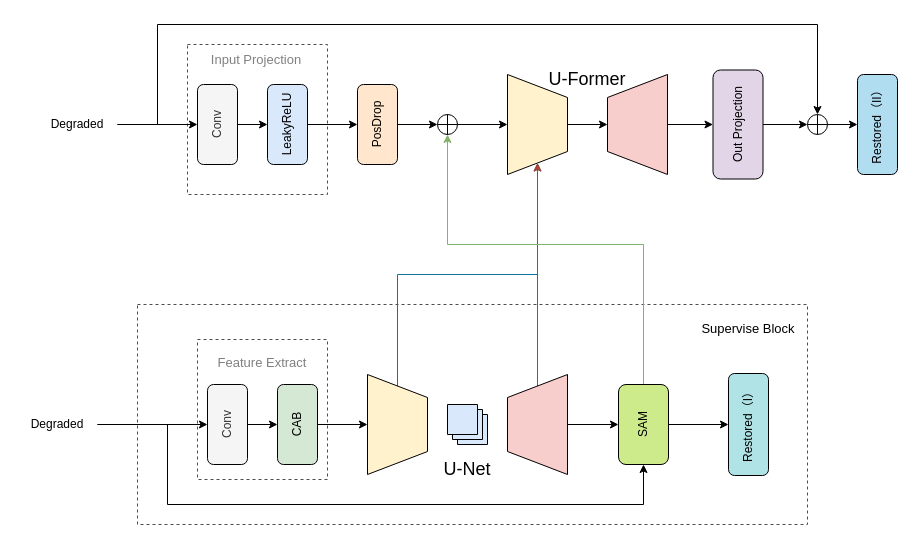
Before: Untitled Diagram.drawio in user815886724/CycleGan, a draw.io diagram. Source tidied: cells renumbered, new cells numbered last; positions are measured from the earlier drawing's top-left corner, leaving out a move shared by most shapes. Both pictures are drawn from the tidied source at 100%, with x=0, y=0 at pixel (17, 24).
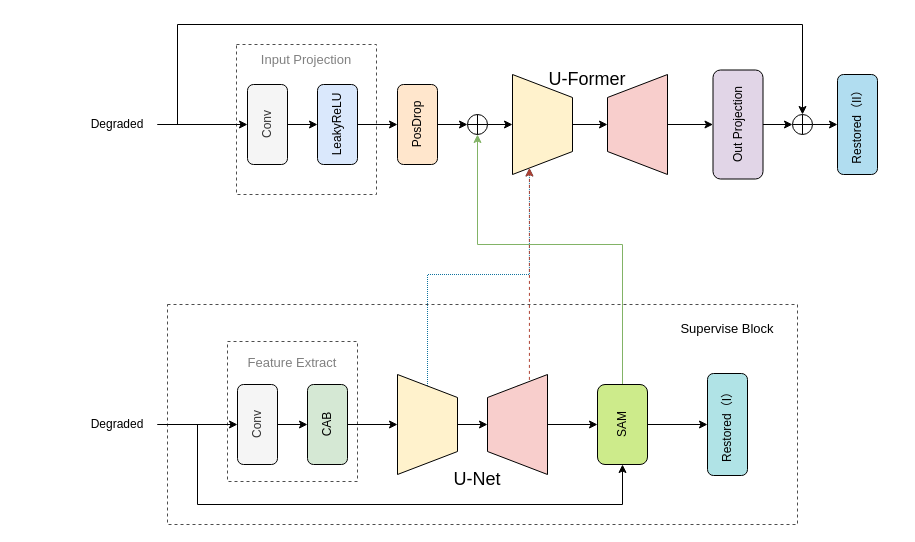
The same diagram, later.

The edit, as a diff of the source:
```diff
@@
     <mxCell id="2" value="&lt;pre style=&quot;background-color: rgb(255 , 255 , 255) ; font-family: &amp;quot;jetbrains mono&amp;quot; , monospace ; font-size: 10px&quot;&gt;&lt;br&gt;&lt;/pre&gt;" style="rounded=0;whiteSpace=wrap;html=1;verticalAlign=top;fillColor=none;align=left;dashed=1;strokeColor=#4D4D4D;fontColor=default;" parent="1" vertex="1">
-      <mxGeometry x="120" y="280" width="670" height="220" as="geometry" />
+      <mxGeometry x="150" y="280" width="630" height="220" as="geometry" />
     </mxCell>
     <mxCell id="3" value="&lt;pre style=&quot;background-color: rgb(255 , 255 , 255) ; font-family: &amp;quot;jetbrains mono&amp;quot; , monospace ; font-size: 10px&quot;&gt;&lt;br&gt;&lt;/pre&gt;" style="rounded=0;whiteSpace=wrap;html=1;verticalAlign=top;fillColor=none;align=center;dashed=1;strokeColor=#4D4D4D;fontColor=default;" parent="1" vertex="1">
-      <mxGeometry x="170" y="20" width="140" height="150" as="geometry" />
+      <mxGeometry x="219" y="20" width="140" height="150" as="geometry" />
     </mxCell>
     <mxCell id="4" value="&lt;pre style=&quot;background-color: rgb(255 , 255 , 255) ; font-family: &amp;quot;jetbrains mono&amp;quot; , monospace ; font-size: 10px&quot;&gt;&lt;br&gt;&lt;/pre&gt;" style="rounded=0;whiteSpace=wrap;html=1;verticalAlign=top;fillColor=none;align=center;dashed=1;strokeColor=#4D4D4D;fontColor=#666666;" parent="1" vertex="1">
-      <mxGeometry x="180" y="315" width="130" height="140" as="geometry" />
+      <mxGeometry x="210" y="317" width="130" height="140" as="geometry" />
     </mxCell>
@@
-    <mxCell id="6" style="edgeStyle=orthogonalEdgeStyle;rounded=0;jettySize=auto;html=1;exitX=1;exitY=0.5;exitDx=0;exitDy=0;entryX=0;entryY=0.5;entryDx=0;entryDy=0;labelBackgroundColor=default;fontSize=13;fontColor=default;strokeColor=default;" parent="1" edge="1" source="7" target="19">
+    <mxCell id="6" style="edgeStyle=orthogonalEdgeStyle;rounded=0;jettySize=auto;html=1;entryX=0;entryY=0.5;entryDx=0;entryDy=0;labelBackgroundColor=default;fontSize=13;fontColor=default;strokeColor=default;exitX=1;exitY=0.5;exitDx=0;exitDy=0;" parent="1" edge="1" source="7" target="19">
       <mxGeometry relative="1" as="geometry">
         <Array as="points">
-          <mxPoint x="150" y="400" />
-          <mxPoint x="150" y="480" />
-          <mxPoint x="626" y="480" />
+          <mxPoint x="180" y="400" />
+          <mxPoint x="180" y="480" />
+          <mxPoint x="605" y="480" />
         </Array>
       </mxGeometry>
     </mxCell>
     <mxCell id="7" value="Degraded" style="rounded=0;whiteSpace=wrap;html=1;fillColor=none;strokeColor=none;fontColor=default;" parent="1" vertex="1">
-      <mxGeometry y="380" width="80" height="40" as="geometry" />
+      <mxGeometry x="60" y="380" width="80" height="40" as="geometry" />
     </mxCell>
@@
     <mxCell id="9" value="Conv" style="rounded=1;whiteSpace=wrap;html=1;rotation=-90;verticalAlign=middle;fillColor=#f5f5f5;strokeColor=#000000;fontColor=#333333;" parent="1" vertex="1">
-      <mxGeometry x="170" y="380" width="80" height="40" as="geometry" />
+      <mxGeometry x="200" y="380" width="80" height="40" as="geometry" />
     </mxCell>
@@
     <mxCell id="11" value="CAB" style="rounded=1;whiteSpace=wrap;html=1;rotation=-90;verticalAlign=middle;fillColor=#d5e8d4;strokeColor=#000000;fontColor=default;" parent="1" vertex="1">
-      <mxGeometry x="240" y="380" width="80" height="40" as="geometry" />
+      <mxGeometry x="270" y="380" width="80" height="40" as="geometry" />
     </mxCell>
-    <mxCell id="12" style="edgeStyle=orthogonalEdgeStyle;rounded=0;jettySize=auto;html=1;exitX=1;exitY=0.5;exitDx=0;exitDy=0;fontColor=#FF170F;fillColor=#b1ddf0;strokeColor=#10739e;labelBackgroundColor=default;" parent="1" edge="1" source="13" target="25">
+    <mxCell id="12" style="edgeStyle=orthogonalEdgeStyle;rounded=0;jettySize=auto;html=1;exitX=1;exitY=0.5;exitDx=0;exitDy=0;fontColor=#FF170F;fillColor=#b1ddf0;strokeColor=#10739e;labelBackgroundColor=default;dashed=1;dashPattern=1 1;entryX=0;entryY=0.25;entryDx=0;entryDy=0;" parent="1" edge="1" source="13" target="25">
       <mxGeometry relative="1" as="geometry">
         <Array as="points">
-          <mxPoint x="380" y="250" />
-          <mxPoint x="520" y="250" />
+          <mxPoint x="410" y="250" />
+          <mxPoint x="512" y="250" />
         </Array>
       </mxGeometry>
     </mxCell>
+    <mxCell id="47" style="edgeStyle=orthogonalEdgeStyle;rounded=0;jettySize=auto;html=1;exitX=0.5;exitY=1;exitDx=0;exitDy=0;" parent="1" edge="1" source="13" target="16">
+      <mxGeometry relative="1" as="geometry" />
+    </mxCell>
     <mxCell id="13" style="verticalLabelPosition=middle;verticalAlign=middle;html=1;shape=trapezoid;perimeter=trapezoidPerimeter;whiteSpace=wrap;size=0.23;arcSize=10;flipV=1;labelPosition=center;align=center;rotation=-90;fillColor=#fff2cc;strokeColor=#000000;fontColor=default;" parent="1" vertex="1">
-      <mxGeometry x="330" y="370" width="100" height="60" as="geometry" />
+      <mxGeometry x="360" y="370" width="100" height="60" as="geometry" />
     </mxCell>
@@
-    <mxCell id="15" style="edgeStyle=orthogonalEdgeStyle;rounded=0;jettySize=auto;html=1;exitX=0;exitY=0.5;exitDx=0;exitDy=0;entryX=0;entryY=0.5;entryDx=0;entryDy=0;fontColor=#FF170F;fillColor=#fad9d5;strokeColor=#ae4132;labelBackgroundColor=default;" parent="1" edge="1" source="16" target="25">
-      <mxGeometry relative="1" as="geometry" />
+    <mxCell id="15" style="edgeStyle=orthogonalEdgeStyle;rounded=0;jettySize=auto;html=1;exitX=0;exitY=0.5;exitDx=0;exitDy=0;entryX=0;entryY=0.25;entryDx=0;entryDy=0;fontColor=#FF170F;fillColor=#fad9d5;strokeColor=#ae4132;labelBackgroundColor=default;dashed=1;" parent="1" edge="1" source="16" target="25">
+      <mxGeometry relative="1" as="geometry">
+        <Array as="points">
+          <mxPoint x="512" y="362" />
+        </Array>
+      </mxGeometry>
     </mxCell>
     <mxCell id="16" style="verticalLabelPosition=middle;verticalAlign=middle;html=1;shape=trapezoid;perimeter=trapezoidPerimeter;whiteSpace=wrap;size=0.23;arcSize=10;flipV=1;labelPosition=center;align=center;rotation=90;fillColor=#f8cecc;strokeColor=#000000;fontColor=default;" parent="1" vertex="1">
-      <mxGeometry x="470" y="370" width="100" height="60" as="geometry" />
+      <mxGeometry x="450" y="370" width="100" height="60" as="geometry" />
     </mxCell>
@@
     <mxCell id="18" style="edgeStyle=orthogonalEdgeStyle;rounded=0;jettySize=auto;html=1;exitX=1;exitY=0.5;exitDx=0;exitDy=0;entryX=0.5;entryY=1;entryDx=0;entryDy=0;fontColor=#FF170F;fillColor=#d5e8d4;strokeColor=#82b366;gradientColor=#97d077;" parent="1" edge="1" source="19" target="40">
       <mxGeometry relative="1" as="geometry">
         <Array as="points">
-          <mxPoint x="626" y="220" />
-          <mxPoint x="430" y="220" />
+          <mxPoint x="605" y="220" />
+          <mxPoint x="460" y="220" />
         </Array>
       </mxGeometry>
     </mxCell>
     <mxCell id="19" value="SAM" style="rounded=1;whiteSpace=wrap;html=1;rotation=-90;verticalAlign=middle;fillColor=#cdeb8b;strokeColor=#000000;fontColor=default;" parent="1" vertex="1">
-      <mxGeometry x="586" y="375" width="80" height="50" as="geometry" />
+      <mxGeometry x="565" y="375" width="80" height="50" as="geometry" />
     </mxCell>
     <mxCell id="20" value="Restored（I）" style="rounded=1;whiteSpace=wrap;html=1;rotation=-90;verticalAlign=middle;fillColor=#b0e3e6;strokeColor=#000000;fontColor=default;" parent="1" vertex="1">
-      <mxGeometry x="680" y="380" width="102" height="40" as="geometry" />
+      <mxGeometry x="659" y="380" width="102" height="40" as="geometry" />
     </mxCell>
-    <mxCell id="21" style="verticalLabelPosition=bottom;verticalAlign=top;html=1;shape=mxgraph.basic.layered_rect;dx=10;fillColor=#dae8fc;strokeColor=#000000;fontColor=default;" parent="1" vertex="1">
-      <mxGeometry x="430" y="380" width="40" height="40" as="geometry" />
-    </mxCell>
     <mxCell id="22" value="&lt;h2&gt;&lt;span style=&quot;font-weight: normal&quot;&gt;U-Net&lt;/span&gt;&lt;/h2&gt;" style="text;html=1;strokeColor=none;fillColor=none;align=center;verticalAlign=middle;whiteSpace=wrap;rounded=0;fontColor=default;" parent="1" vertex="1">
-      <mxGeometry x="400" y="430" width="100" height="30" as="geometry" />
+      <mxGeometry x="410" y="440" width="100" height="30" as="geometry" />
     </mxCell>
     <mxCell id="23" value="&lt;h3&gt;&lt;font color=&quot;#808080&quot; style=&quot;font-weight: normal ; font-size: 13px&quot;&gt;Feature Extract&lt;/font&gt;&lt;/h3&gt;" style="text;html=1;strokeColor=none;fillColor=none;align=center;verticalAlign=middle;whiteSpace=wrap;rounded=0;fontColor=#FF170F;" parent="1" vertex="1">
-      <mxGeometry x="180" y="328" width="130" height="20" as="geometry" />
+      <mxGeometry x="210" y="328" width="130" height="20" as="geometry" />
     </mxCell>
@@
     <mxCell id="25" style="verticalLabelPosition=middle;verticalAlign=middle;html=1;shape=trapezoid;perimeter=trapezoidPerimeter;whiteSpace=wrap;size=0.23;arcSize=10;flipV=1;labelPosition=center;align=center;rotation=-90;fillColor=#fff2cc;strokeColor=#000000;fontColor=default;" parent="1" vertex="1">
-      <mxGeometry x="470" y="70" width="100" height="60" as="geometry" />
+      <mxGeometry x="475" y="70" width="100" height="60" as="geometry" />
     </mxCell>
@@
-    <mxCell id="30" style="edgeStyle=orthogonalEdgeStyle;rounded=0;jettySize=auto;html=1;exitX=1;exitY=0.5;exitDx=0;exitDy=0;entryX=0.5;entryY=0;entryDx=0;entryDy=0;labelBackgroundColor=default;fontSize=13;fontColor=default;strokeColor=default;" parent="1" edge="1" target="45">
+    <mxCell id="30" style="edgeStyle=orthogonalEdgeStyle;rounded=0;jettySize=auto;html=1;entryX=0.5;entryY=0;entryDx=0;entryDy=0;labelBackgroundColor=default;fontSize=13;fontColor=default;strokeColor=default;exitX=1;exitY=0.5;exitDx=0;exitDy=0;" parent="1" edge="1" source="31" target="45">
       <mxGeometry relative="1" as="geometry">
-        <mxPoint x="100" y="100" as="sourcePoint" />
         <Array as="points">
-          <mxPoint x="140" y="100" />
-          <mxPoint x="140" />
-          <mxPoint x="800" />
+          <mxPoint x="160" y="100" />
+          <mxPoint x="160" />
+          <mxPoint x="785" />
         </Array>
       </mxGeometry>
     </mxCell>
     <mxCell id="31" value="Degraded" style="rounded=0;whiteSpace=wrap;html=1;fillColor=none;strokeColor=none;fontColor=default;" parent="1" vertex="1">
-      <mxGeometry x="20" y="80" width="80" height="40" as="geometry" />
+      <mxGeometry x="60" y="80" width="80" height="40" as="geometry" />
     </mxCell>
@@
     <mxCell id="33" value="Conv" style="rounded=1;whiteSpace=wrap;html=1;rotation=-90;verticalAlign=middle;fillColor=#f5f5f5;strokeColor=#000000;fontColor=#333333;" parent="1" vertex="1">
-      <mxGeometry x="160" y="80" width="80" height="40" as="geometry" />
+      <mxGeometry x="210" y="80" width="80" height="40" as="geometry" />
     </mxCell>
@@
     <mxCell id="35" value="LeakyReLU" style="rounded=1;whiteSpace=wrap;html=1;rotation=-90;verticalAlign=middle;fillColor=#dae8fc;strokeColor=#000000;fontColor=default;" parent="1" vertex="1">
-      <mxGeometry x="230" y="80" width="80" height="40" as="geometry" />
+      <mxGeometry x="280" y="80" width="80" height="40" as="geometry" />
     </mxCell>
-    <mxCell id="36" style="edgeStyle=orthogonalEdgeStyle;rounded=0;jettySize=auto;html=1;fontColor=#FF170F;" parent="1" edge="1" source="37" target="40">
+    <mxCell id="36" style="edgeStyle=orthogonalEdgeStyle;rounded=0;jettySize=auto;html=1;fontColor=#FF170F;entryX=0;entryY=0.5;entryDx=0;entryDy=0;" parent="1" edge="1" source="37" target="40">
       <mxGeometry relative="1" as="geometry" />
     </mxCell>
     <mxCell id="37" value="PosDrop" style="rounded=1;whiteSpace=wrap;html=1;rotation=-90;verticalAlign=middle;fillColor=#ffe6cc;strokeColor=#000000;fontColor=default;" parent="1" vertex="1">
-      <mxGeometry x="320" y="80" width="80" height="40" as="geometry" />
+      <mxGeometry x="360" y="80" width="80" height="40" as="geometry" />
     </mxCell>
     <mxCell id="38" value="&lt;h3&gt;&lt;span style=&quot;font-weight: normal&quot;&gt;&lt;font color=&quot;#808080&quot; style=&quot;font-size: 13px&quot;&gt;Input Projection&lt;/font&gt;&lt;/span&gt;&lt;/h3&gt;" style="text;html=1;strokeColor=none;fillColor=none;align=center;verticalAlign=middle;whiteSpace=wrap;rounded=0;fontColor=#FF170F;" parent="1" vertex="1">
-      <mxGeometry x="174" y="25" width="130" height="20" as="geometry" />
+      <mxGeometry x="224" y="25" width="130" height="20" as="geometry" />
     </mxCell>
@@
     <mxCell id="40" style="shape=orEllipse;perimeter=ellipsePerimeter;whiteSpace=wrap;html=1;backgroundOutline=1;fontColor=#FF170F;strokeColor=#000000;align=center;verticalAlign=top;fillColor=default;" parent="1" vertex="1">
-      <mxGeometry x="420" y="90" width="20" height="20" as="geometry" />
+      <mxGeometry x="450" y="90" width="20" height="20" as="geometry" />
     </mxCell>
     <mxCell id="41" value="Restored（II）" style="rounded=1;whiteSpace=wrap;html=1;rotation=-90;verticalAlign=middle;fillColor=#b1ddf0;strokeColor=default;fontColor=default;labelBackgroundColor=none;" parent="1" vertex="1">
-      <mxGeometry x="810" y="80" width="100" height="40" as="geometry" />
+      <mxGeometry x="790" y="80" width="100" height="40" as="geometry" />
     </mxCell>
@@
     <mxCell id="45" style="shape=orEllipse;perimeter=ellipsePerimeter;whiteSpace=wrap;html=1;backgroundOutline=1;fontColor=default;strokeColor=default;align=center;verticalAlign=top;fillColor=default;labelBackgroundColor=default;" parent="1" vertex="1">
-      <mxGeometry x="790" y="90" width="20" height="20" as="geometry" />
+      <mxGeometry x="775" y="90" width="20" height="20" as="geometry" />
     </mxCell>
     <mxCell id="46" value="Supervise Block" style="text;html=1;strokeColor=none;fillColor=none;align=center;verticalAlign=middle;whiteSpace=wrap;rounded=0;labelBackgroundColor=none;fontSize=13;fontColor=default;" parent="1" vertex="1">
-      <mxGeometry x="671" y="293" width="120" height="22" as="geometry" />
+      <mxGeometry x="650" y="293" width="120" height="22" as="geometry" />
     </mxCell>
```
